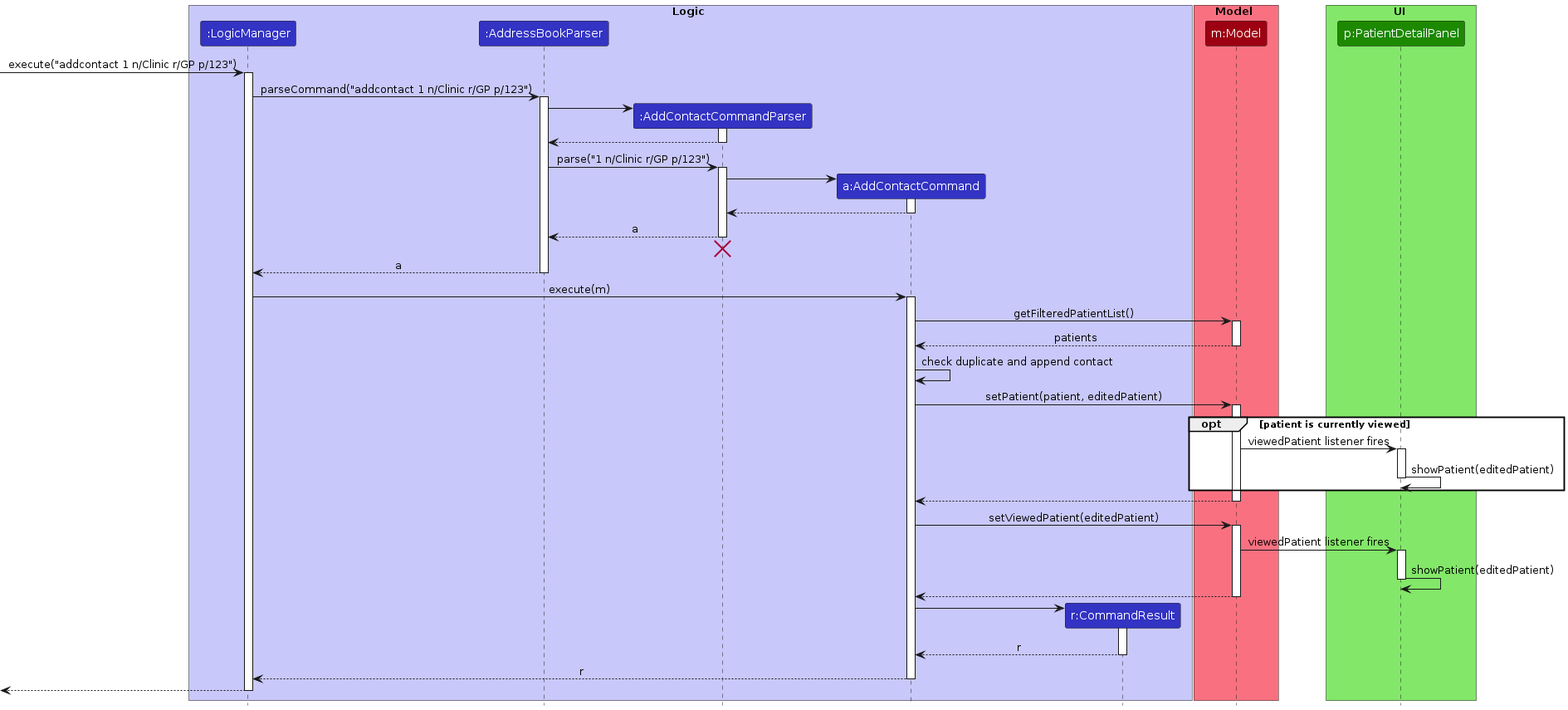
Before: diagrams/AddContactSequenceDiagram.png, a diagram exported from PlantUML (AY2627S1-CS2103T-W08-1/tp). Its source is kept beside it as diagrams/AddContactSequenceDiagram.puml.
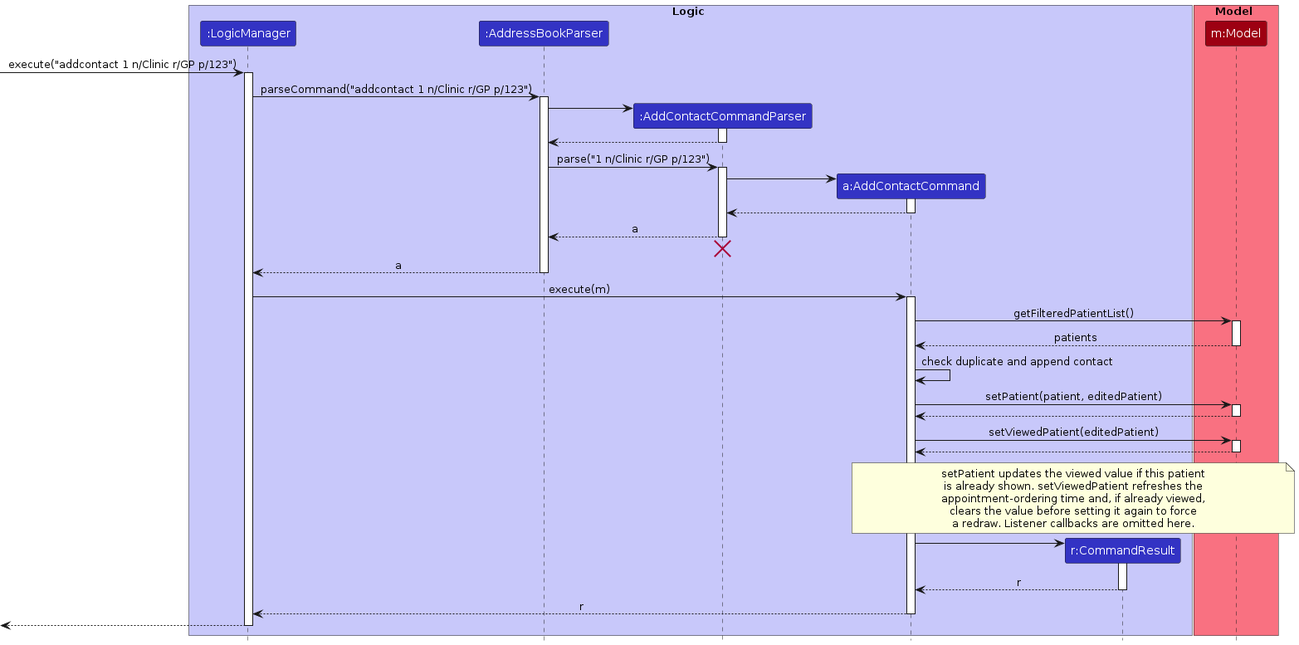
The same diagram one commit later.

What changed in the source:
```diff
@@ -12,10 +12,6 @@
 
 box Model MODEL_COLOR_T1
 participant "m:Model" as Model MODEL_COLOR
-end box
-
-box UI UI_COLOR_T1
-participant "p:PatientDetailPanel" as PatientDetailPanel UI_COLOR
 end box
 
 [-> LogicManager : execute("addcontact 1 n/Clinic r/GP p/123")
@@ -63,27 +59,22 @@
 AddContactCommand -> Model : setPatient(patient, editedPatient)
 activate Model
 
-opt patient is currently viewed
-Model -> PatientDetailPanel : viewedPatient listener fires
-activate PatientDetailPanel
-
-PatientDetailPanel -> PatientDetailPanel : showPatient(editedPatient)
-deactivate PatientDetailPanel
-end
-
 Model --> AddContactCommand
 deactivate Model
 
 AddContactCommand -> Model : setViewedPatient(editedPatient)
 activate Model
 
-Model -> PatientDetailPanel : viewedPatient listener fires
-activate PatientDetailPanel
-PatientDetailPanel -> PatientDetailPanel : showPatient(editedPatient)
-deactivate PatientDetailPanel
-
 Model --> AddContactCommand
 deactivate Model
+
+note over AddContactCommand, Model
+setPatient updates the viewed value if this patient
+is already shown. setViewedPatient refreshes the
+appointment-ordering time and, if already viewed,
+clears the value before setting it again to force
+a redraw. Listener callbacks are omitted here.
+end note
 
 create CommandResult
 AddContactCommand -> CommandResult
```
